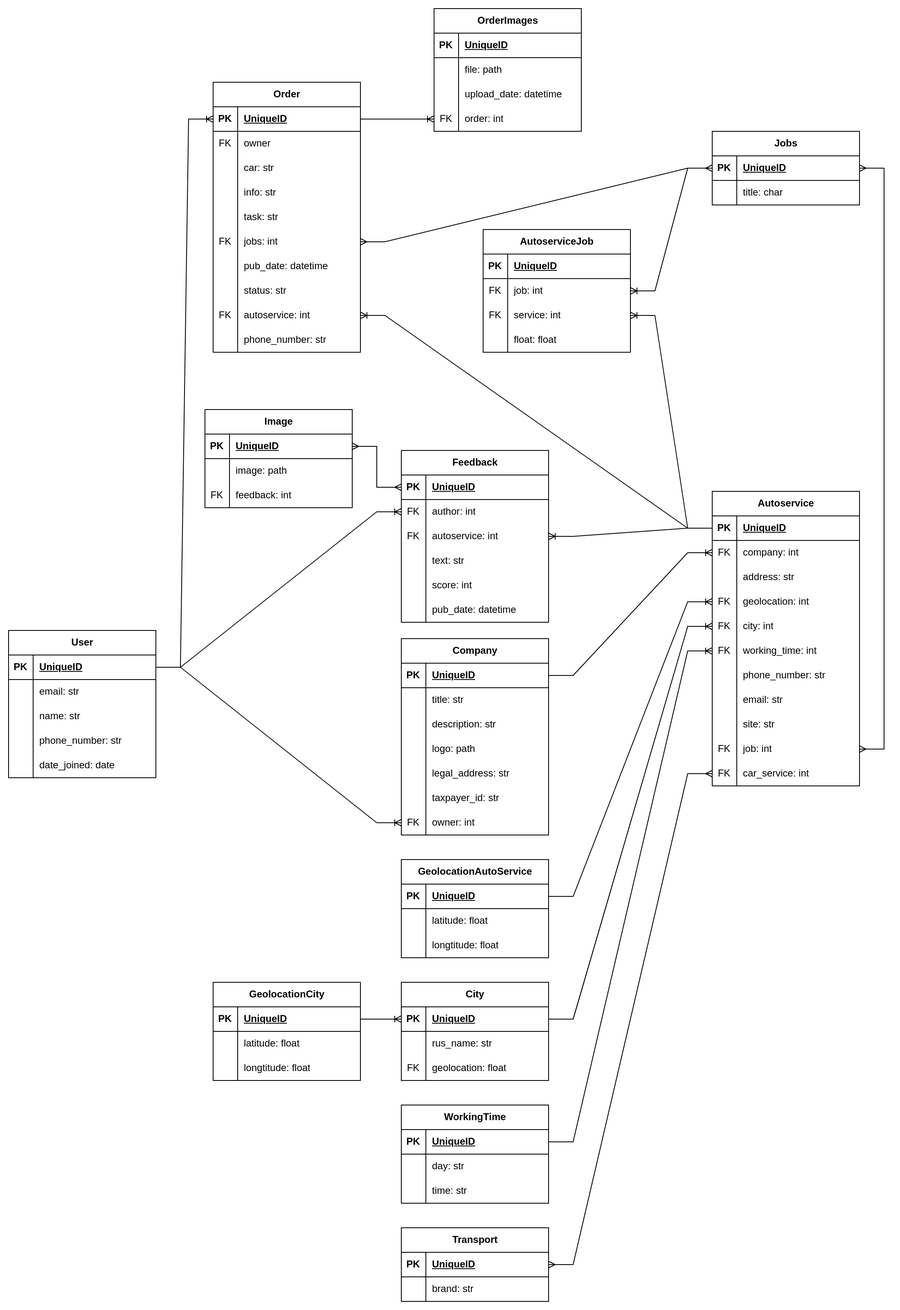
Earlier version of the draw.io export content/post/diploma-gb/img/car_service_erd.png (GeorgeKuzora/my_hugo_site). Source tidied: cells renumbered, new cells last; positions are measured from the earlier drawing's top-left corner, leaving out a move shared by most shapes.
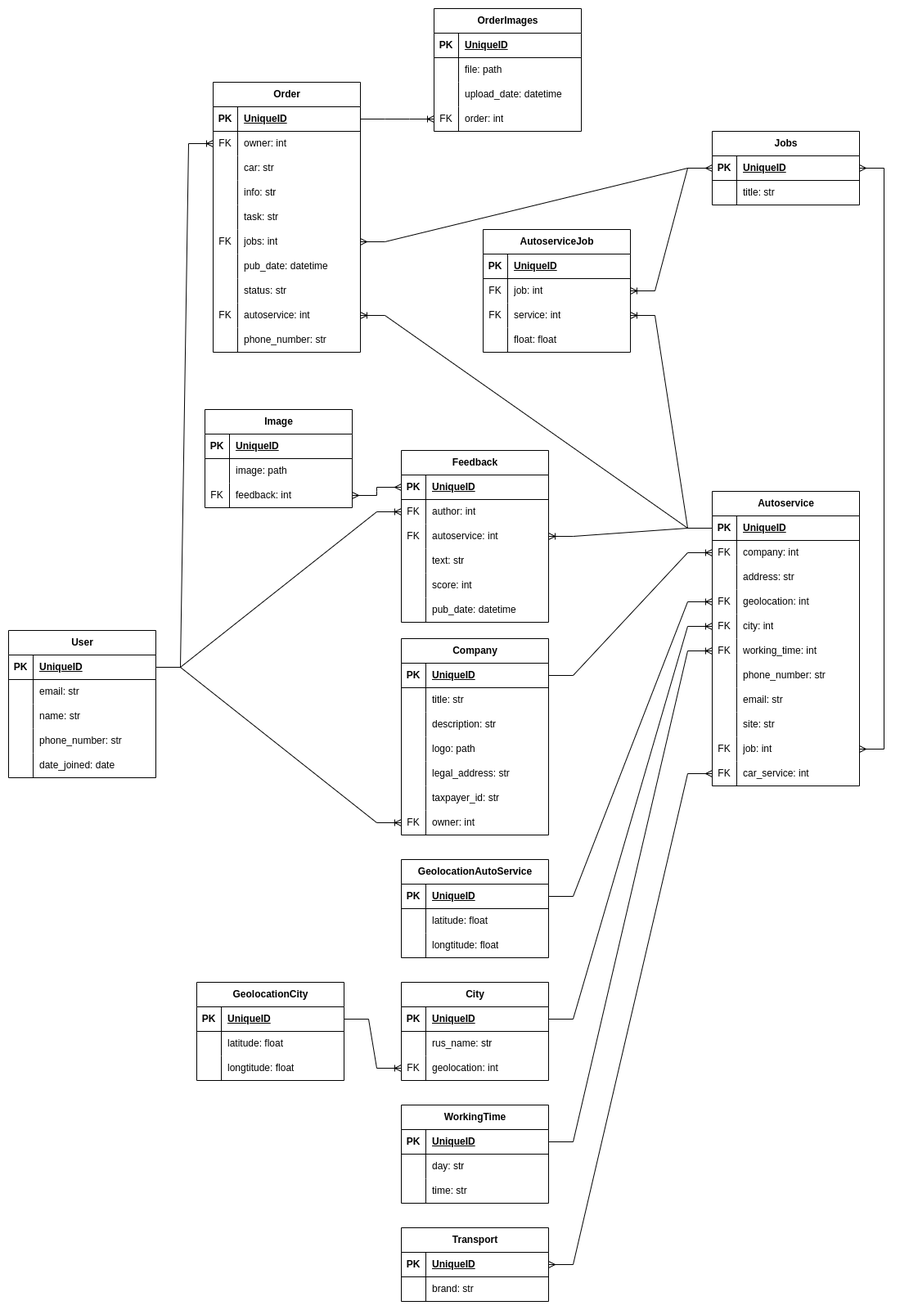
Above is the later version.

What changed in the source:
```diff
@@ -171,7 +171,7 @@
       <mxGeometry x="30" width="150" height="30" as="geometry" />
     </mxCell>
     <mxCell id="58" value="GeolocationCity" style="shape=table;startSize=30;rowLines=0;fontStyle=1;align=center;html=1;" parent="1" vertex="1">
-      <mxGeometry x="250" y="1190" width="180" height="120" as="geometry" />
+      <mxGeometry x="230" y="1190" width="180" height="120" as="geometry" />
     </mxCell>
     <mxCell id="59" style="shape=tableRow;horizontal=0;startSize=0;swimlaneHead=0;swimlaneBody=0;fillColor=none;points=[[0,0.5],[1,0.5]];portConstraint=eastwest;top=0;left=0;right=0;bottom=1;" parent="58" vertex="1">
       <mxGeometry y="30" width="180" height="30" as="geometry" />
@@ -227,7 +227,7 @@
     <mxCell id="76" value="FK" style="shape=partialRectangle;fillColor=none;top=0;left=0;bottom=0;right=0;overflow=hidden;whiteSpace=wrap;html=1;" parent="75" vertex="1">
       <mxGeometry width="30" height="30" as="geometry" />
     </mxCell>
-    <mxCell id="77" value="geolocation: float" style="shape=partialRectangle;fillColor=none;top=0;left=0;bottom=0;right=0;align=left;spacingLeft=6;overflow=hidden;whiteSpace=wrap;html=1;" parent="75" vertex="1">
+    <mxCell id="77" value="geolocation: int" style="shape=partialRectangle;fillColor=none;top=0;left=0;bottom=0;right=0;align=left;spacingLeft=6;overflow=hidden;whiteSpace=wrap;html=1;" parent="75" vertex="1">
       <mxGeometry x="30" width="150" height="30" as="geometry" />
     </mxCell>
     <mxCell id="78" value="GeolocationAutoService" style="shape=table;startSize=30;rowLines=0;fontStyle=1;align=center;html=1;" parent="1" vertex="1">
@@ -278,7 +278,7 @@
     <mxCell id="93" style="shape=partialRectangle;fillColor=none;top=0;left=0;bottom=0;right=0;overflow=hidden;whiteSpace=wrap;html=1;" parent="92" vertex="1">
       <mxGeometry width="30" height="30" as="geometry" />
     </mxCell>
-    <mxCell id="94" value="title: char" style="shape=partialRectangle;fillColor=none;top=0;left=0;bottom=0;right=0;align=left;spacingLeft=6;overflow=hidden;whiteSpace=wrap;html=1;" parent="92" vertex="1">
+    <mxCell id="94" value="title: str" style="shape=partialRectangle;fillColor=none;top=0;left=0;bottom=0;right=0;align=left;spacingLeft=6;overflow=hidden;whiteSpace=wrap;html=1;" parent="92" vertex="1">
       <mxGeometry x="30" width="150" height="30" as="geometry" />
     </mxCell>
     <mxCell id="95" value="Autoservice" style="shape=table;startSize=30;rowLines=0;fontStyle=1;align=center;html=1;" parent="1" vertex="1">
@@ -392,7 +392,7 @@
     <mxCell id="131" style="edgeStyle=entityRelationEdgeStyle;fontSize=12;html=1;endArrow=ERoneToMany;rounded=0;exitX=1;exitY=0.5;exitDx=0;exitDy=0;entryX=0;entryY=0.5;entryDx=0;entryDy=0;" parent="1" edge="1" source="79" target="105">
       <mxGeometry relative="1" as="geometry" />
     </mxCell>
-    <mxCell id="132" style="edgeStyle=entityRelationEdgeStyle;fontSize=12;html=1;endArrow=ERoneToMany;rounded=0;exitX=1;exitY=0.5;exitDx=0;exitDy=0;entryX=0;entryY=0.5;entryDx=0;entryDy=0;" parent="1" edge="1" source="59" target="69">
+    <mxCell id="132" style="edgeStyle=entityRelationEdgeStyle;fontSize=12;html=1;endArrow=ERoneToMany;rounded=0;exitX=1;exitY=0.5;exitDx=0;exitDy=0;entryX=0;entryY=0.5;entryDx=0;entryDy=0;" parent="1" edge="1" source="59" target="75">
       <mxGeometry relative="1" as="geometry" />
     </mxCell>
     <mxCell id="133" style="edgeStyle=entityRelationEdgeStyle;fontSize=12;html=1;endArrow=ERoneToMany;rounded=0;exitX=1;exitY=0.5;exitDx=0;exitDy=0;entryX=0;entryY=0.5;entryDx=0;entryDy=0;" parent="1" edge="1" source="49" target="111">
@@ -542,7 +542,7 @@
     <mxCell id="181" value="feedback: int" style="shape=partialRectangle;fillColor=none;top=0;left=0;bottom=0;right=0;align=left;spacingLeft=6;overflow=hidden;whiteSpace=wrap;html=1;" parent="179" vertex="1">
       <mxGeometry x="30" width="150" height="30" as="geometry" />
     </mxCell>
-    <mxCell id="182" style="edgeStyle=entityRelationEdgeStyle;fontSize=12;html=1;endArrow=ERmany;startArrow=ERmany;rounded=0;entryX=0;entryY=0.5;entryDx=0;entryDy=0;exitX=1;exitY=0.5;exitDx=0;exitDy=0;" parent="1" edge="1" source="173" target="152">
+    <mxCell id="182" style="edgeStyle=entityRelationEdgeStyle;fontSize=12;html=1;endArrow=ERmany;startArrow=ERmany;rounded=0;entryX=0;entryY=0.5;entryDx=0;entryDy=0;exitX=1;exitY=0.5;exitDx=0;exitDy=0;" parent="1" edge="1" source="179" target="152">
       <mxGeometry relative="1" as="geometry" />
     </mxCell>
     <mxCell id="183" value="Order" style="shape=table;startSize=30;rowLines=0;fontStyle=1;align=center;html=1;" parent="1" vertex="1">
@@ -563,7 +563,7 @@
     <mxCell id="188" value="FK" style="shape=partialRectangle;fillColor=none;top=0;left=0;bottom=0;right=0;overflow=hidden;whiteSpace=wrap;html=1;" parent="187" vertex="1">
       <mxGeometry width="30" height="30" as="geometry" />
     </mxCell>
-    <mxCell id="189" value="owner" style="shape=partialRectangle;fillColor=none;top=0;left=0;bottom=0;right=0;align=left;spacingLeft=6;overflow=hidden;whiteSpace=wrap;html=1;" parent="187" vertex="1">
+    <mxCell id="189" value="owner: int" style="shape=partialRectangle;fillColor=none;top=0;left=0;bottom=0;right=0;align=left;spacingLeft=6;overflow=hidden;whiteSpace=wrap;html=1;" parent="187" vertex="1">
       <mxGeometry x="30" width="150" height="30" as="geometry" />
     </mxCell>
     <mxCell id="190" style="shape=tableRow;horizontal=0;startSize=0;swimlaneHead=0;swimlaneBody=0;fillColor=none;top=0;left=0;right=0;bottom=0;" parent="183" vertex="1">
@@ -638,7 +638,7 @@
     <mxCell id="213" value="phone_number: str" style="shape=partialRectangle;fillColor=none;top=0;left=0;bottom=0;right=0;align=left;spacingLeft=6;overflow=hidden;whiteSpace=wrap;html=1;" parent="211" vertex="1">
       <mxGeometry x="30" width="150" height="30" as="geometry" />
     </mxCell>
-    <mxCell id="214" style="edgeStyle=entityRelationEdgeStyle;fontSize=12;html=1;endArrow=ERoneToMany;rounded=0;entryX=0;entryY=0.5;entryDx=0;entryDy=0;exitX=1;exitY=0.5;exitDx=0;exitDy=0;" parent="1" edge="1" source="3" target="184">
+    <mxCell id="214" style="edgeStyle=entityRelationEdgeStyle;fontSize=12;html=1;endArrow=ERoneToMany;rounded=0;entryX=0;entryY=0.5;entryDx=0;entryDy=0;exitX=1;exitY=0.5;exitDx=0;exitDy=0;" parent="1" edge="1" source="3" target="187">
       <mxGeometry relative="1" as="geometry">
         <Array as="points">
           <mxPoint x="10" y="560" />
```
